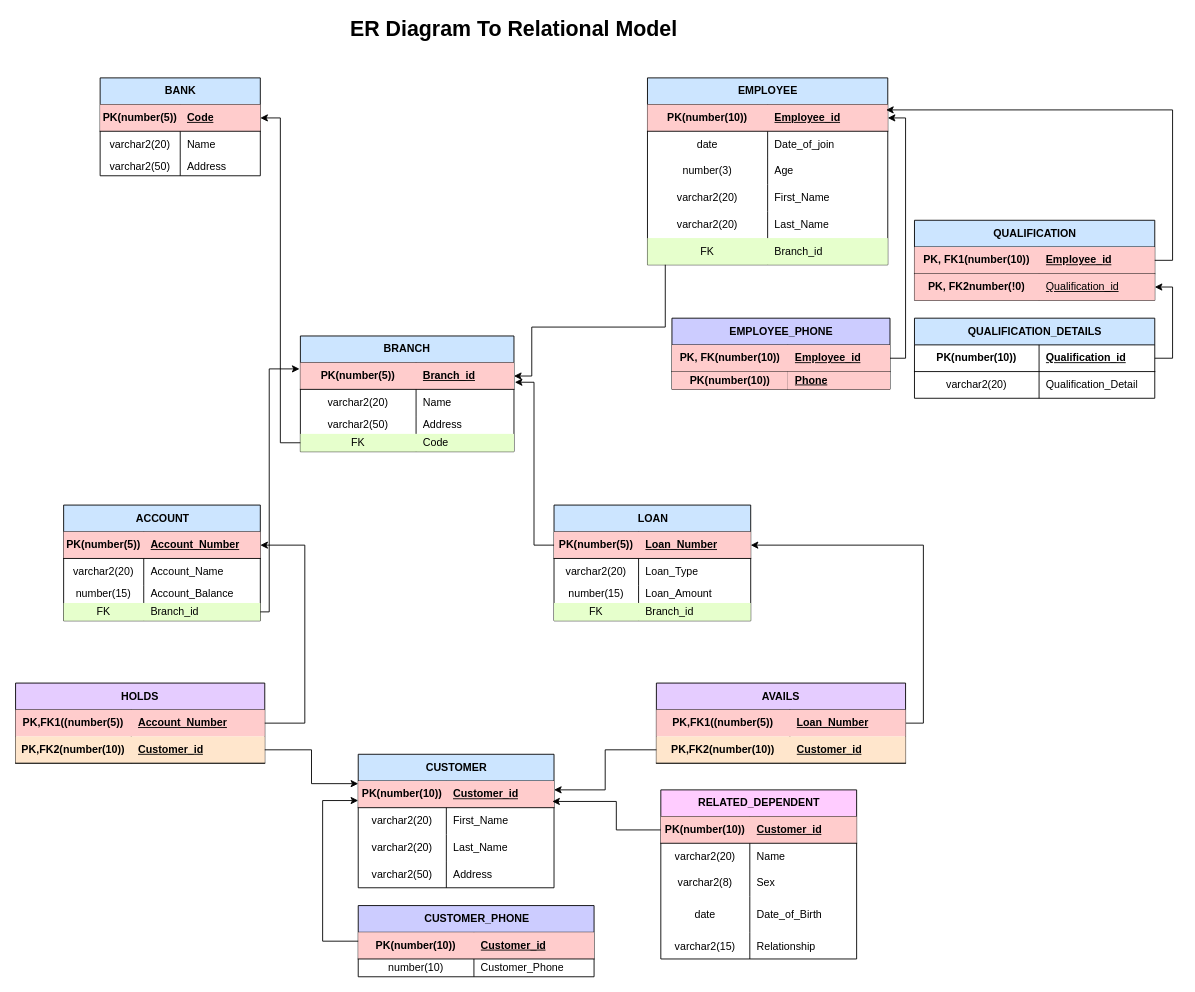
The draw.io diagram page "Page-2" (2 of 2) of Relational_model_from_ER_Diagram.drawio in Anurag404OpenSourceRules/Bank-Management-System-ERD, before the edit. Source tidied: cells renumbered, new cells numbered last; positions are measured from the earlier drawing's top-left corner, leaving out a move shared by most shapes. Both pictures are drawn from the tidied source at 89%, with x=0, y=0 at pixel (15, 15).
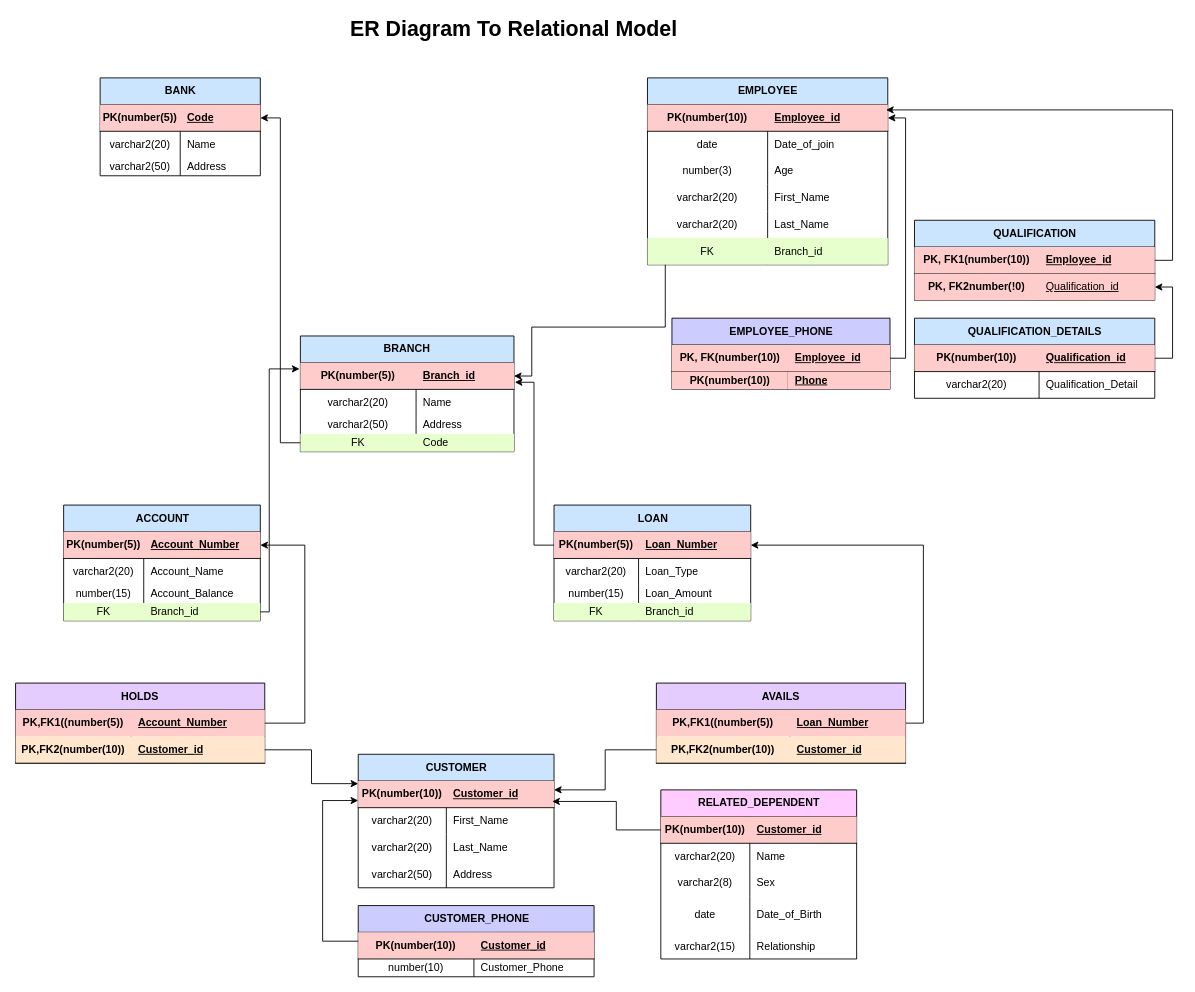
Above is the later version.

Commit message:
just added a color to a column

Unchanged cells that the change refers to:
```xml
<mxCell id="144" value="QUALIFICATION_DETAILS" style="shape=table;startSize=30;childLayout=tableLayout;rowLines=0;fontStyle=1;align=center;html=1;fillColor=#CCE5FF;" parent="1" vertex="1">
  <mxGeometry x="1010" y="340" width="270" height="90" as="geometry" />
</mxCell>
```

What changed in the source:
```diff
@@
-    <mxCell id="145" style="shape=tableRow;horizontal=0;startSize=0;swimlaneHead=0;swimlaneBody=0;fillColor=none;points=[[0,0.5],[1,0.5]];portConstraint=eastwest;top=0;left=0;right=0;bottom=1;" parent="144" vertex="1">
+    <mxCell id="145" style="shape=tableRow;horizontal=0;startSize=0;swimlaneHead=0;swimlaneBody=0;fillColor=#FFCCCC;points=[[0,0.5],[1,0.5]];portConstraint=eastwest;top=0;left=0;right=0;bottom=1;" parent="144" vertex="1">
       <mxGeometry y="30" width="270" height="30" as="geometry" />
     </mxCell>
```
